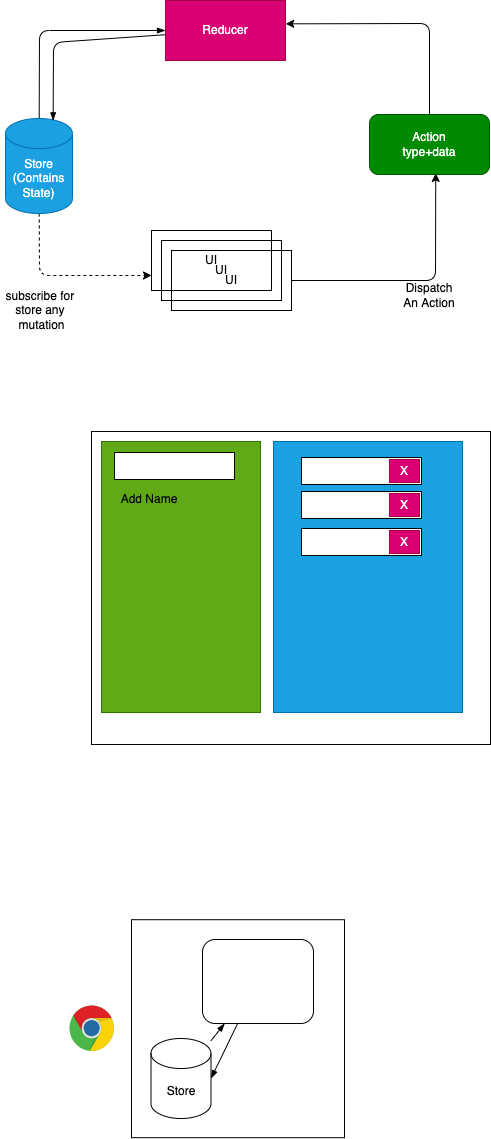
This is images/day13.drawio.png from adithnaveen/2022-sapient-react-node-graphql, a draw.io export, as it was before one commit. Source tidied: cells renumbered, new cells last; positions are measured from the earlier drawing's top-left corner, leaving out a move shared by most shapes.
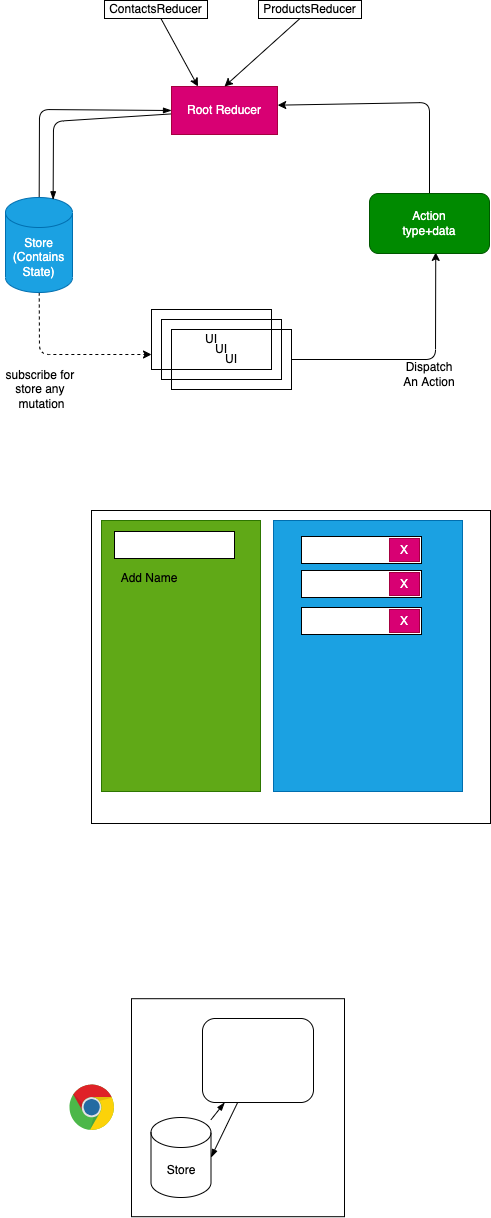
The same diagram one commit later.

Change to the diagram source:
```diff
@@ -55,8 +55,8 @@
         </Array>
       </mxGeometry>
     </mxCell>
-    <mxCell id="13" value="Reducer" style="rounded=0;whiteSpace=wrap;html=1;fillColor=#d80073;fontColor=#ffffff;strokeColor=#A50040;" parent="1" vertex="1">
-      <mxGeometry x="165" width="120" height="60" as="geometry" />
+    <mxCell id="13" value="Root Reducer" style="rounded=0;whiteSpace=wrap;html=1;fillColor=#d80073;fontColor=#ffffff;strokeColor=#A50040;" parent="1" vertex="1">
+      <mxGeometry x="171" y="7" width="106" height="48" as="geometry" />
     </mxCell>
     <mxCell id="14" value="subscribe for&amp;nbsp;&lt;br&gt;store any&amp;nbsp;&lt;br&gt;mutation" style="text;html=1;align=center;verticalAlign=middle;strokeColor=none;fillColor=none;" parent="1" vertex="1">
       <mxGeometry y="287" width="82" height="46" as="geometry" />
@@ -112,5 +112,17 @@
     <mxCell id="31" style="rounded=1;whiteSpace=wrap;html=1;" parent="1" vertex="1">
       <mxGeometry x="202" y="939" width="111" height="84" as="geometry" />
     </mxCell>
+    <mxCell id="32" style="edgeStyle=none;html=1;entryX=0.25;entryY=0;entryDx=0;entryDy=0;" parent="1" edge="1" source="33" target="13">
+      <mxGeometry relative="1" as="geometry" />
+    </mxCell>
+    <mxCell id="33" value="ContactsReducer" style="rounded=0;whiteSpace=wrap;html=1;" parent="1" vertex="1">
+      <mxGeometry x="104" y="-79" width="103" height="18" as="geometry" />
+    </mxCell>
+    <mxCell id="34" style="edgeStyle=none;html=1;entryX=0.5;entryY=0;entryDx=0;entryDy=0;" parent="1" edge="1" source="35" target="13">
+      <mxGeometry relative="1" as="geometry" />
+    </mxCell>
+    <mxCell id="35" value="ProductsReducer" style="rounded=0;whiteSpace=wrap;html=1;" parent="1" vertex="1">
+      <mxGeometry x="258" y="-79" width="103" height="18" as="geometry" />
+    </mxCell>
   </root>
 </mxGraphModel>
```
